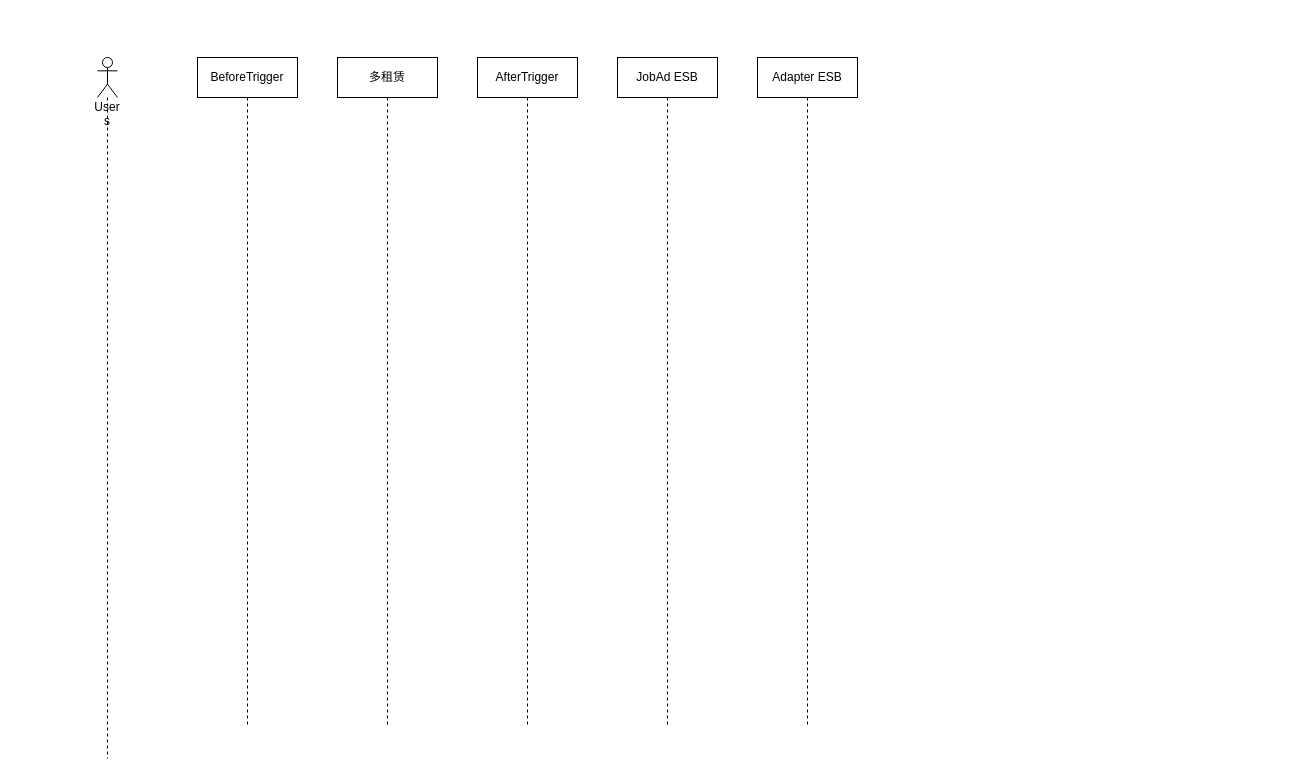
Before: 职位广告发布.drawio in Lucas20029/MyDiagrams, a draw.io diagram. Source tidied: cells renumbered, new cells numbered last; positions are measured from the earlier drawing's top-left corner, leaving out a move shared by most shapes. Both pictures are drawn from the tidied source at 100%, with x=0, y=0 at pixel (97, 57).
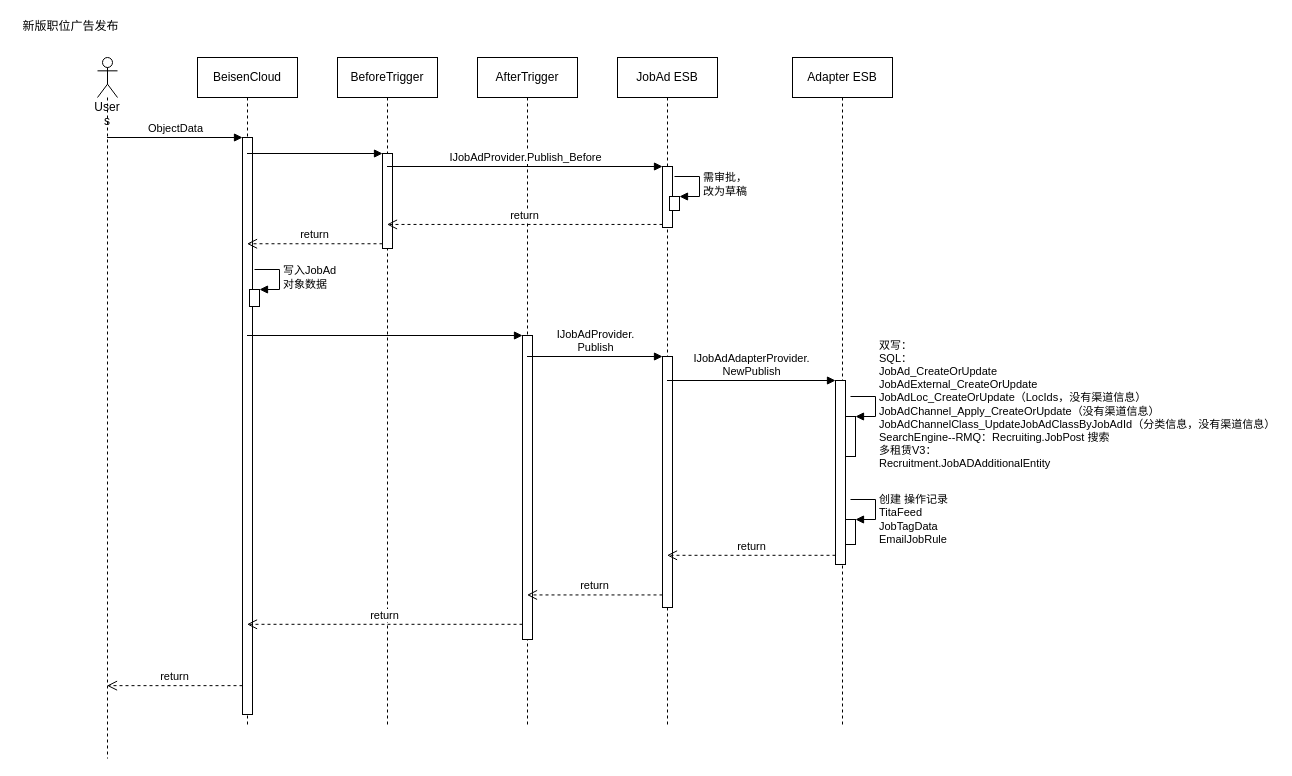
The same page after the edit.

Commit message:
Update 职位广告发布.drawio

Unchanged cells that the change refers to:
```xml
<mxCell id="4" value="AfterTrigger" style="shape=umlLifeline;perimeter=lifelinePerimeter;whiteSpace=wrap;html=1;outlineConnect=0;" parent="1" vertex="1">
  <mxGeometry x="380" width="100" height="670" as="geometry" />
</mxCell>
<mxCell id="5" value="JobAd ESB" style="shape=umlLifeline;perimeter=lifelinePerimeter;whiteSpace=wrap;html=1;outlineConnect=0;" parent="1" vertex="1">
  <mxGeometry x="520" width="100" height="670" as="geometry" />
</mxCell>
<mxCell id="7" value="User&lt;br&gt;s" style="shape=umlLifeline;participant=umlActor;perimeter=lifelinePerimeter;whiteSpace=wrap;html=1;verticalAlign=top;spacingTop=36;outlineConnect=0;" parent="1" vertex="1">
  <mxGeometry width="20" height="701" as="geometry" />
</mxCell>
```

Diff of the diagram source:
```diff
@@
-    <mxCell id="2" value="BeforeTrigger" style="shape=umlLifeline;perimeter=lifelinePerimeter;whiteSpace=wrap;html=1;outlineConnect=0;" parent="1" vertex="1">
+    <mxCell id="2" value="BeisenCloud" style="shape=umlLifeline;perimeter=lifelinePerimeter;whiteSpace=wrap;html=1;outlineConnect=0;" parent="1" vertex="1">
       <mxGeometry x="100" width="100" height="670" as="geometry" />
     </mxCell>
+    <mxCell id="8" style="html=1;points=[];perimeter=orthogonalPerimeter;" parent="2" vertex="1">
+      <mxGeometry x="45" y="80" width="10" height="577" as="geometry" />
+    </mxCell>
+    <mxCell id="9" style="html=1;points=[];perimeter=orthogonalPerimeter;" parent="2" vertex="1">
+      <mxGeometry x="52" y="232" width="10" height="17" as="geometry" />
+    </mxCell>
+    <mxCell id="10" value="写入JobAd&lt;br&gt;对象数据" style="edgeStyle=orthogonalEdgeStyle;html=1;align=left;spacingLeft=2;endArrow=block;rounded=0;entryX=1;entryY=0;" parent="2" edge="1" target="9">
+      <mxGeometry relative="1" as="geometry">
+        <mxPoint x="57" y="212" as="sourcePoint" />
+        <Array as="points">
+          <mxPoint x="82" y="212" />
+        </Array>
+      </mxGeometry>
+    </mxCell>
-    <mxCell id="3" value="多租赁" style="shape=umlLifeline;perimeter=lifelinePerimeter;whiteSpace=wrap;html=1;outlineConnect=0;" parent="1" vertex="1">
+    <mxCell id="3" value="BeforeTrigger" style="shape=umlLifeline;perimeter=lifelinePerimeter;whiteSpace=wrap;html=1;outlineConnect=0;" parent="1" vertex="1">
       <mxGeometry x="240" width="100" height="670" as="geometry" />
     </mxCell>
+    <mxCell id="11" style="html=1;points=[];perimeter=orthogonalPerimeter;" parent="3" vertex="1">
+      <mxGeometry x="45" y="96" width="10" height="95" as="geometry" />
+    </mxCell>
@@
+    <mxCell id="12" style="html=1;points=[];perimeter=orthogonalPerimeter;" parent="4" vertex="1">
+      <mxGeometry x="45" y="278" width="10" height="304" as="geometry" />
+    </mxCell>
@@
+    <mxCell id="13" style="html=1;points=[];perimeter=orthogonalPerimeter;" parent="5" vertex="1">
+      <mxGeometry x="45" y="109" width="10" height="61" as="geometry" />
+    </mxCell>
+    <mxCell id="14" style="html=1;points=[];perimeter=orthogonalPerimeter;" parent="5" vertex="1">
+      <mxGeometry x="52" y="139" width="10" height="14" as="geometry" />
+    </mxCell>
+    <mxCell id="15" value="需审批，&lt;br&gt;改为草稿" style="edgeStyle=orthogonalEdgeStyle;html=1;align=left;spacingLeft=2;endArrow=block;rounded=0;entryX=1;entryY=0;" parent="5" edge="1" target="14">
+      <mxGeometry relative="1" as="geometry">
+        <mxPoint x="57" y="119" as="sourcePoint" />
+        <Array as="points">
+          <mxPoint x="82" y="119" />
+        </Array>
+      </mxGeometry>
+    </mxCell>
+    <mxCell id="16" style="html=1;points=[];perimeter=orthogonalPerimeter;" parent="5" vertex="1">
+      <mxGeometry x="45" y="299" width="10" height="251" as="geometry" />
+    </mxCell>
     <mxCell id="6" value="Adapter ESB" style="shape=umlLifeline;perimeter=lifelinePerimeter;whiteSpace=wrap;html=1;" parent="1" vertex="1">
-      <mxGeometry x="660" width="100" height="670" as="geometry" />
+      <mxGeometry x="695" width="100" height="670" as="geometry" />
     </mxCell>
+    <mxCell id="17" style="html=1;points=[];perimeter=orthogonalPerimeter;" parent="6" vertex="1">
+      <mxGeometry x="43" y="323" width="10" height="184" as="geometry" />
+    </mxCell>
+    <mxCell id="18" style="html=1;points=[];perimeter=orthogonalPerimeter;" parent="6" vertex="1">
+      <mxGeometry x="53" y="359" width="10" height="40" as="geometry" />
+    </mxCell>
+    <mxCell id="19" value="双写：&lt;br&gt;SQL：&lt;br&gt;JobAd_CreateOrUpdate&lt;br&gt;&lt;span style=&quot;font-size: 11px&quot;&gt;JobAdExternal_CreateOrUpdate&lt;/span&gt;&lt;br&gt;&lt;span style=&quot;font-size: 11px&quot;&gt;JobAdLoc_CreateOrUpdate（LocIds，没有渠道信息）&lt;/span&gt;&lt;br&gt;&lt;span style=&quot;font-size: 11px&quot;&gt;JobAdChannel_Apply_CreateOrUpdate&lt;/span&gt;（没有渠道信息）&lt;br&gt;&lt;span style=&quot;font-size: 11px&quot;&gt;JobAdChannelClass_UpdateJobAdClassByJobAdId（分类信息，没有渠道信息）&lt;br&gt;&lt;/span&gt;SearchEngine--RMQ：Recruiting.JobPost 搜索&lt;br&gt;多租赁V3：&lt;br&gt;&lt;span style=&quot;font-size: 11px&quot;&gt;Recruitment.JobADAdditionalEntity&lt;/span&gt;" style="edgeStyle=orthogonalEdgeStyle;html=1;align=left;spacingLeft=2;endArrow=block;rounded=0;entryX=1;entryY=0;" parent="6" edge="1" target="18">
+      <mxGeometry relative="1" as="geometry">
+        <mxPoint x="58" y="339" as="sourcePoint" />
+        <Array as="points">
+          <mxPoint x="83" y="339" />
+        </Array>
+      </mxGeometry>
+    </mxCell>
+    <mxCell id="20" style="html=1;points=[];perimeter=orthogonalPerimeter;" parent="6" vertex="1">
+      <mxGeometry x="53" y="462" width="10" height="25" as="geometry" />
+    </mxCell>
+    <mxCell id="21" value="创建 操作记录&lt;br&gt;TitaFeed&lt;br&gt;JobTagData&lt;br&gt;EmailJobRule" style="edgeStyle=orthogonalEdgeStyle;html=1;align=left;spacingLeft=2;endArrow=block;rounded=0;entryX=1;entryY=0;" parent="6" edge="1" target="20">
+      <mxGeometry x="0.38" relative="1" as="geometry">
+        <mxPoint x="58" y="442" as="sourcePoint" />
+        <Array as="points">
+          <mxPoint x="83" y="442" />
+        </Array>
+      </mxGeometry>
+    </mxCell>
@@
+    <mxCell id="22" value="return" style="html=1;verticalAlign=bottom;endArrow=open;dashed=1;endSize=8;exitX=0;exitY=0.95;" parent="1" edge="1" source="8" target="7">
+      <mxGeometry relative="1" as="geometry" />
+    </mxCell>
+    <mxCell id="23" value="ObjectData" style="html=1;verticalAlign=bottom;endArrow=block;entryX=0;entryY=0;" parent="1" edge="1" source="7" target="8">
+      <mxGeometry relative="1" as="geometry" />
+    </mxCell>
+    <mxCell id="24" style="html=1;verticalAlign=bottom;endArrow=block;entryX=0;entryY=0;" parent="1" edge="1" source="2" target="11">
+      <mxGeometry relative="1" as="geometry" />
+    </mxCell>
+    <mxCell id="25" value="return" style="html=1;verticalAlign=bottom;endArrow=open;dashed=1;endSize=8;exitX=0;exitY=0.95;" parent="1" edge="1" source="11" target="2">
+      <mxGeometry relative="1" as="geometry" />
+    </mxCell>
+    <mxCell id="26" value="IJobAdProvider.Publish_Before" style="html=1;verticalAlign=bottom;endArrow=block;entryX=0;entryY=0;" parent="1" edge="1" source="3" target="13">
+      <mxGeometry relative="1" as="geometry" />
+    </mxCell>
+    <mxCell id="27" value="return" style="html=1;verticalAlign=bottom;endArrow=open;dashed=1;endSize=8;exitX=0;exitY=0.95;" parent="1" edge="1" source="13" target="3">
+      <mxGeometry relative="1" as="geometry" />
+    </mxCell>
+    <mxCell id="28" value="新版职位广告发布" style="text;html=1;align=center;verticalAlign=middle;" parent="1" vertex="1">
+      <mxGeometry x="-80" y="-40" width="106" height="18" as="geometry" />
+    </mxCell>
+    <mxCell id="29" style="html=1;verticalAlign=bottom;endArrow=block;entryX=0;entryY=0;" parent="1" edge="1" source="2" target="12">
+      <mxGeometry relative="1" as="geometry" />
+    </mxCell>
+    <mxCell id="30" value="return" style="html=1;verticalAlign=bottom;endArrow=open;dashed=1;endSize=8;exitX=0;exitY=0.95;" parent="1" edge="1" source="12" target="2">
+      <mxGeometry relative="1" as="geometry" />
+    </mxCell>
+    <mxCell id="31" value="return" style="html=1;verticalAlign=bottom;endArrow=open;dashed=1;endSize=8;exitX=0;exitY=0.95;" parent="1" edge="1" source="16" target="4">
+      <mxGeometry relative="1" as="geometry" />
+    </mxCell>
+    <mxCell id="32" value="IJobAdProvider.&lt;br&gt;Publish" style="html=1;verticalAlign=bottom;endArrow=block;entryX=0;entryY=0;" parent="1" edge="1" source="4" target="16">
+      <mxGeometry relative="1" as="geometry" />
+    </mxCell>
+    <mxCell id="33" value="return" style="html=1;verticalAlign=bottom;endArrow=open;dashed=1;endSize=8;exitX=0;exitY=0.95;" parent="1" edge="1" source="17" target="5">
+      <mxGeometry relative="1" as="geometry" />
+    </mxCell>
+    <mxCell id="34" value="IJobAdAdapterProvider.&lt;br&gt;NewPublish" style="html=1;verticalAlign=bottom;endArrow=block;entryX=0;entryY=0;" parent="1" edge="1" source="5" target="17">
+      <mxGeometry relative="1" as="geometry" />
+    </mxCell>
```
